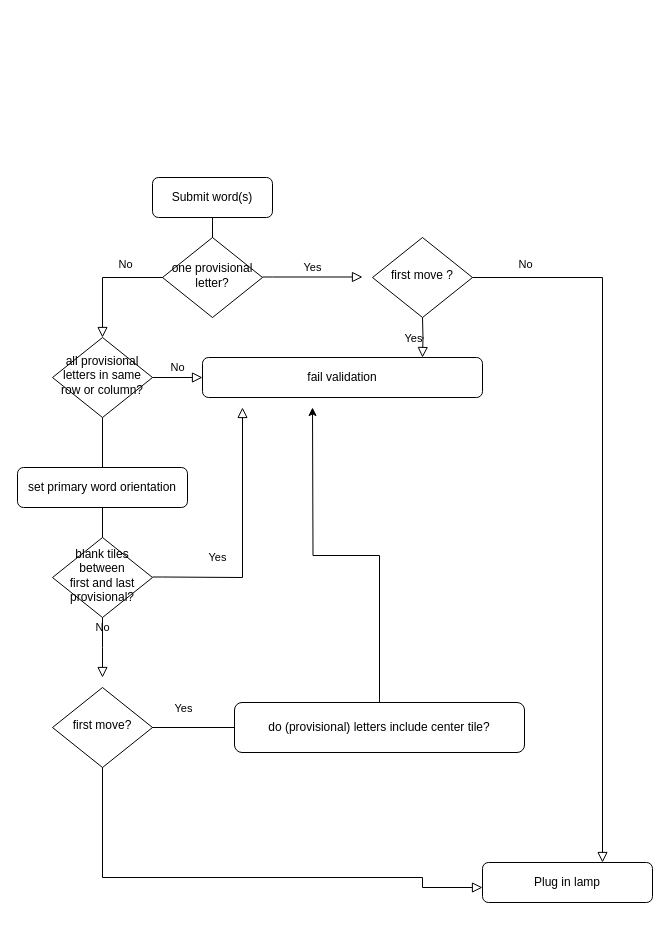
davebenjoya/scrooble keeps this draw.io diagram as Untitled Diagram.drawio. Above is the earlier version. Source tidied: cells renumbered, new cells numbered last; positions are measured from the earlier drawing's top-left corner, leaving out a move shared by most shapes. Both pictures are drawn from the tidied source at 100%, with x=0, y=0 at pixel (17, 177).
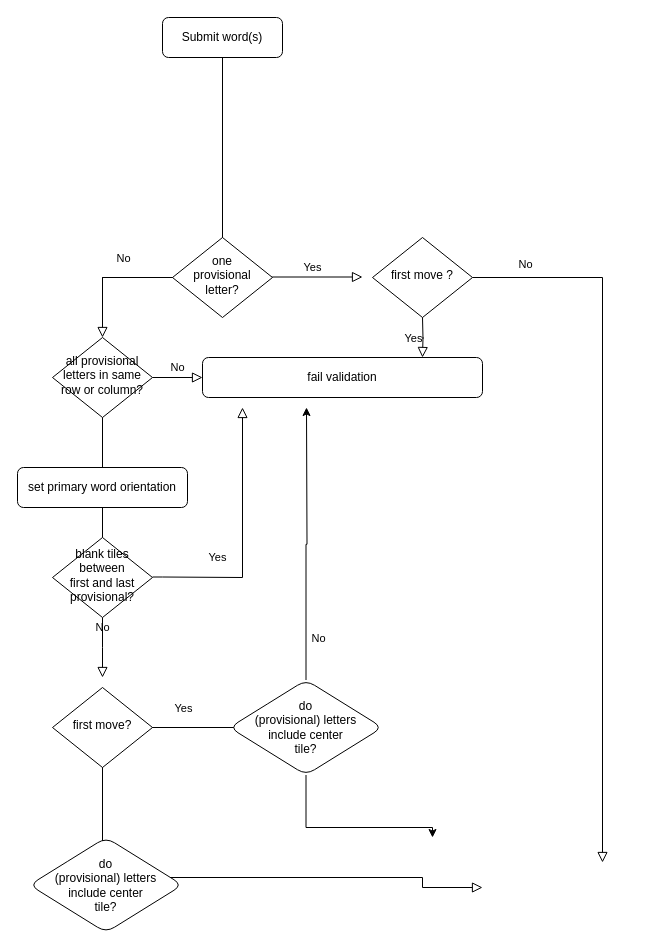
The same diagram, later.

Unchanged cells that the change refers to:
```xml
<mxCell id="7" value="all&amp;nbsp;provisional&lt;br&gt;letters in same row or column?" style="rhombus;whiteSpace=wrap;html=1;shadow=0;fontFamily=Helvetica;fontSize=12;align=center;strokeWidth=1;spacing=6;spacingTop=-4;" parent="1" vertex="1">
  <mxGeometry x="35" y="160" width="100" height="80" as="geometry" />
</mxCell>
<mxCell id="10" value="first move ?" style="rhombus;whiteSpace=wrap;html=1;shadow=0;fontFamily=Helvetica;fontSize=12;align=center;strokeWidth=1;spacing=6;spacingTop=-4;" parent="1" vertex="1">
  <mxGeometry x="355" y="60" width="100" height="80" as="geometry" />
</mxCell>
```

The edit, as a diff of the source:
```diff
@@
-    <mxCell id="2" style="rounded=0;html=1;jettySize=auto;fontSize=11;endArrow=block;endFill=0;endSize=8;strokeWidth=1;shadow=0;labelBackgroundColor=none;edgeStyle=orthogonalEdgeStyle;" parent="1" edge="1" source="4" target="7">
+    <mxCell id="2" style="rounded=0;html=1;jettySize=auto;fontSize=11;endArrow=block;endFill=0;endSize=8;strokeWidth=1;shadow=0;labelBackgroundColor=none;edgeStyle=orthogonalEdgeStyle;startArrow=none;" parent="1" edge="1" source="12" target="7">
       <mxGeometry relative="1" as="geometry" />
     </mxCell>
     <mxCell id="3" value="No" style="edgeLabel;html=1;align=center;verticalAlign=middle;" parent="2" vertex="1">
       <mxGeometry x="0.29" relative="1" as="geometry">
-        <mxPoint y="-14" as="offset" />
+        <mxPoint x="20" y="-34" as="offset" />
       </mxGeometry>
     </mxCell>
     <mxCell id="4" value="Submit word(s)" style="rounded=1;whiteSpace=wrap;html=1;fontSize=12;glass=0;strokeWidth=1;shadow=0;" parent="1" vertex="1">
-      <mxGeometry x="135" width="120" height="40" as="geometry" />
+      <mxGeometry x="145" y="-160" width="120" height="40" as="geometry" />
     </mxCell>
@@
-    <mxCell id="9" style="edgeStyle=orthogonalEdgeStyle;rounded=0;html=1;jettySize=auto;fontSize=11;endArrow=block;endFill=0;endSize=8;strokeWidth=1;shadow=0;labelBackgroundColor=none;" parent="1" edge="1" source="10" target="11">
+    <mxCell id="9" style="edgeStyle=orthogonalEdgeStyle;rounded=0;html=1;jettySize=auto;fontSize=11;endArrow=block;endFill=0;endSize=8;strokeWidth=1;shadow=0;labelBackgroundColor=none;" parent="1" edge="1" source="10">
       <mxGeometry y="10" relative="1" as="geometry">
+        <mxPoint x="585" y="685" as="targetPoint" />
         <Array as="points">
           <mxPoint x="585" y="100" />
         </Array>
       </mxGeometry>
     </mxCell>
@@
-    <mxCell id="11" value="Plug in lamp" style="rounded=1;whiteSpace=wrap;html=1;fontSize=12;glass=0;strokeWidth=1;shadow=0;" parent="1" vertex="1">
-      <mxGeometry x="465" y="685" width="170" height="40" as="geometry" />
-    </mxCell>
-    <mxCell id="12" value="one provisional letter?" style="rhombus;whiteSpace=wrap;html=1;shadow=0;fontFamily=Helvetica;fontSize=12;align=center;strokeWidth=1;spacing=6;spacingTop=-4;" parent="1" vertex="1">
-      <mxGeometry x="145" y="60" width="100" height="80" as="geometry" />
-    </mxCell>
@@
-    <mxCell id="19" style="edgeStyle=orthogonalEdgeStyle;rounded=0;html=1;jettySize=auto;fontSize=11;endArrow=block;endFill=0;endSize=8;strokeWidth=1;shadow=0;labelBackgroundColor=none;exitX=0.908;exitY=0.41;exitDx=0;exitDy=0;exitPerimeter=0;startArrow=none;entryX=0;entryY=0.625;entryDx=0;entryDy=0;entryPerimeter=0;" parent="1" edge="1" source="23" target="11">
+    <mxCell id="19" style="edgeStyle=orthogonalEdgeStyle;rounded=0;html=1;jettySize=auto;fontSize=11;endArrow=block;endFill=0;endSize=8;strokeWidth=1;shadow=0;labelBackgroundColor=none;exitX=0.908;exitY=0.41;exitDx=0;exitDy=0;exitPerimeter=0;startArrow=none;entryX=0;entryY=0.625;entryDx=0;entryDy=0;entryPerimeter=0;" parent="1" edge="1" source="27">
       <mxGeometry y="10" relative="1" as="geometry">
+        <mxPoint x="465" y="710" as="targetPoint" />
         <Array as="points">
-          <mxPoint x="480" y="550" />
           <mxPoint x="85" y="550" />
           <mxPoint x="85" y="700" />
           <mxPoint x="405" y="700" />
           <mxPoint x="405" y="710" />
         </Array>
       </mxGeometry>
     </mxCell>
@@
-    <mxCell id="22" style="edgeStyle=orthogonalEdgeStyle;rounded=0;jettySize=auto;html=1;" parent="1" edge="1" source="23">
+    <mxCell id="22" style="edgeStyle=orthogonalEdgeStyle;rounded=0;jettySize=auto;html=1;exitX=0.5;exitY=0;exitDx=0;exitDy=0;" parent="1" edge="1" source="27">
       <mxGeometry relative="1" as="geometry">
-        <mxPoint x="295" y="230" as="targetPoint" />
+        <mxPoint x="289" y="230" as="targetPoint" />
       </mxGeometry>
     </mxCell>
-    <mxCell id="23" value="do (provisional) letters include center tile?" style="rounded=1;whiteSpace=wrap;html=1;fontSize=12;glass=0;strokeWidth=1;shadow=0;" parent="1" vertex="1">
-      <mxGeometry x="217" y="525" width="290" height="50" as="geometry" />
-    </mxCell>
+    <mxCell id="25" value="No" style="edgeLabel;html=1;align=center;verticalAlign=middle;" parent="22" vertex="1">
+      <mxGeometry x="-0.69" y="-2" relative="1" as="geometry">
+        <mxPoint x="10" as="offset" />
+      </mxGeometry>
+    </mxCell>
@@
+    <mxCell id="26" style="edgeStyle=orthogonalEdgeStyle;rounded=0;jettySize=auto;html=1;" parent="1" edge="1" source="27">
+      <mxGeometry relative="1" as="geometry">
+        <mxPoint x="415" y="660" as="targetPoint" />
+        <Array as="points">
+          <mxPoint x="289" y="650" />
+        </Array>
+      </mxGeometry>
+    </mxCell>
+    <mxCell id="27" value="&lt;span&gt;do &lt;br&gt;(provisional) letters &lt;br&gt;include center &lt;br&gt;tile?&lt;/span&gt;" style="rhombus;whiteSpace=wrap;html=1;rounded=1;shadow=0;strokeWidth=1;glass=0;" parent="1" vertex="1">
+      <mxGeometry x="212" y="502.5" width="153" height="95" as="geometry" />
+    </mxCell>
+    <mxCell id="28" style="rounded=0;html=1;jettySize=auto;fontSize=11;endArrow=none;endFill=0;endSize=8;strokeWidth=1;shadow=0;labelBackgroundColor=none;edgeStyle=orthogonalEdgeStyle;" parent="1" edge="1" source="4" target="12">
+      <mxGeometry relative="1" as="geometry">
+        <Array as="points">
+          <mxPoint x="205" y="100" />
+          <mxPoint x="85" y="100" />
+        </Array>
+      </mxGeometry>
+    </mxCell>
+    <mxCell id="12" value="one &lt;br&gt;provisional letter?" style="rhombus;whiteSpace=wrap;html=1;shadow=0;fontFamily=Helvetica;fontSize=12;align=center;strokeWidth=1;spacing=6;spacingTop=-4;" parent="1" vertex="1">
+      <mxGeometry x="155" y="60" width="100" height="80" as="geometry" />
+    </mxCell>
+    <mxCell id="29" value="&lt;span&gt;do &lt;br&gt;(provisional) letters &lt;br&gt;include center &lt;br&gt;tile?&lt;/span&gt;" style="rhombus;whiteSpace=wrap;html=1;rounded=1;shadow=0;strokeWidth=1;glass=0;" parent="1" vertex="1">
+      <mxGeometry x="12" y="660" width="153" height="95" as="geometry" />
+    </mxCell>
```
